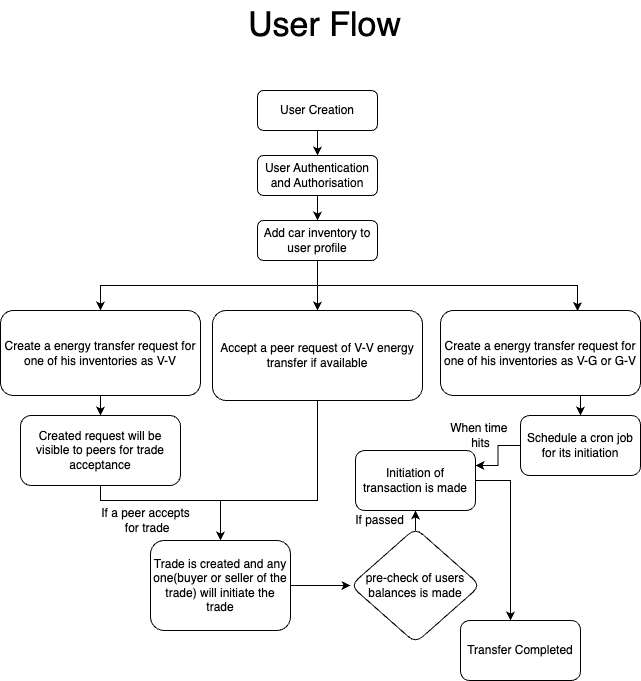
The draw.io diagram Untitled Diagram.drawio.png in Uday003/ejtos-react_budget_app, before a commit. Source tidied: cells renumbered, new cells last; positions are measured from the earlier drawing's top-left corner, leaving out a move shared by most shapes.
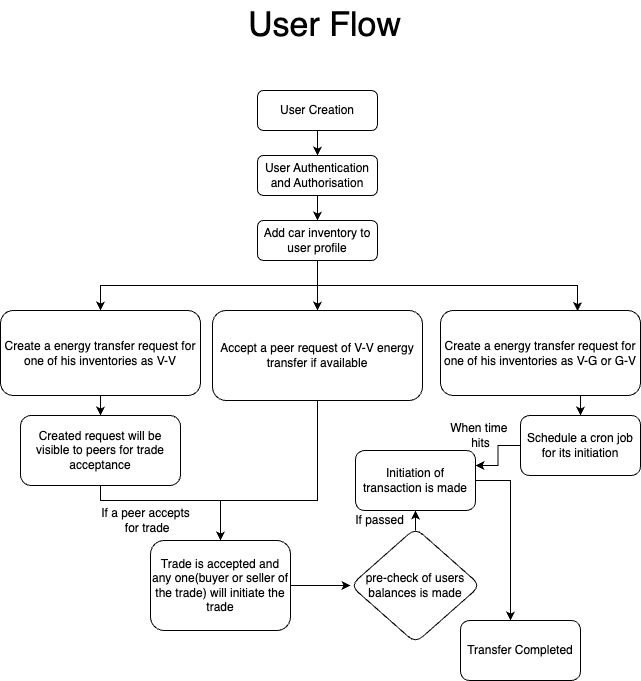
After the commit.

Change to the diagram source:
```diff
@@ -66,7 +66,7 @@
     <mxCell id="19" style="edgeStyle=orthogonalEdgeStyle;rounded=0;jettySize=auto;html=1;" parent="1" edge="1" source="20" target="23">
       <mxGeometry relative="1" as="geometry" />
     </mxCell>
-    <mxCell id="20" value="Trade is created and any one(buyer or seller of the trade) will initiate the trade" style="whiteSpace=wrap;html=1;rounded=1;glass=0;strokeWidth=1;shadow=0;" parent="1" vertex="1">
+    <mxCell id="20" value="Trade is accepted and any one(buyer or seller of the trade) will initiate the trade" style="whiteSpace=wrap;html=1;rounded=1;glass=0;strokeWidth=1;shadow=0;" parent="1" vertex="1">
       <mxGeometry x="150" y="540" width="140" height="90" as="geometry" />
     </mxCell>
     <mxCell id="21" value="If a peer accepts&lt;div&gt;&amp;nbsp;for trade&lt;/div&gt;" style="text;html=1;align=center;verticalAlign=middle;strokeColor=none;fillColor=none;" parent="1" vertex="1">
```
